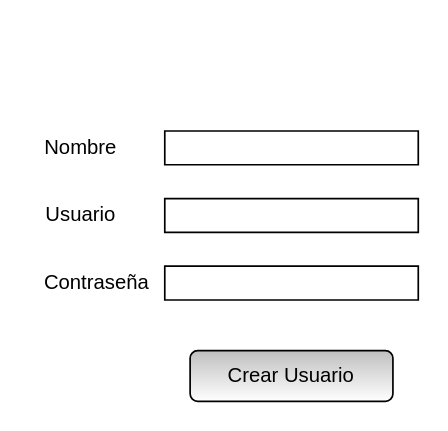
This is page "Registro Docente" (1 of 8) of Formularios.drawio from fdearmas96/ObligatorioP1, a draw.io file, before an edit. Source tidied: cells renumbered, new cells numbered last; positions are measured from the earlier drawing's top-left corner, leaving out a move shared by most shapes. Both pictures are drawn from the tidied source at 169%, with x=0, y=0 at pixel (29, 130).
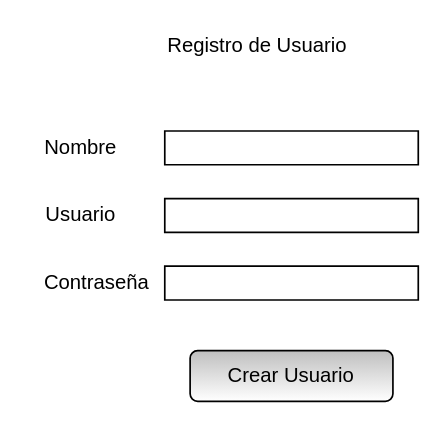
The same page after the edit.

What changed in the source:
```diff
@@
 <mxGraphModel>
   <root>
     <mxCell id="0" />
     <mxCell id="1" parent="0" />
     <mxCell id="2" style="verticalLabelPosition=bottom;verticalAlign=top;html=1;shape=mxgraph.basic.rect;fillColor2=none;strokeWidth=1;size=20;indent=5;" parent="1" vertex="1">
       <mxGeometry x="80" width="150" height="20" as="geometry" />
     </mxCell>
     <mxCell id="3" value="Nombre" style="text;html=1;align=center;verticalAlign=middle;strokeColor=none;" parent="1" vertex="1">
       <mxGeometry width="60" height="20" as="geometry" />
     </mxCell>
     <mxCell id="4" style="verticalLabelPosition=bottom;verticalAlign=top;html=1;shape=mxgraph.basic.rect;fillColor2=none;strokeWidth=1;size=20;indent=5;" parent="1" vertex="1">
       <mxGeometry x="80" y="40" width="150" height="20" as="geometry" />
     </mxCell>
     <mxCell id="5" value="Usuario" style="text;html=1;align=center;verticalAlign=middle;strokeColor=none;" parent="1" vertex="1">
       <mxGeometry y="40" width="60" height="20" as="geometry" />
     </mxCell>
     <mxCell id="6" style="verticalLabelPosition=bottom;verticalAlign=top;html=1;shape=mxgraph.basic.rect;fillColor2=none;strokeWidth=1;size=20;indent=5;" parent="1" vertex="1">
       <mxGeometry x="80" y="80" width="150" height="20" as="geometry" />
     </mxCell>
     <mxCell id="7" value="Contraseña" style="text;html=1;strokeColor=none;fillColor=none;align=center;verticalAlign=middle;whiteSpace=wrap;rounded=0;" parent="1" vertex="1">
       <mxGeometry x="20" y="80" width="40" height="20" as="geometry" />
     </mxCell>
     <mxCell id="8" value="Crear Usuario" style="rounded=1;whiteSpace=wrap;html=1;gradientColor=#ffffff;fillColor=#BFBFBF;" parent="1" vertex="1">
       <mxGeometry x="95" y="130" width="120" height="30" as="geometry" />
     </mxCell>
+    <mxCell id="9" value="Registro de Usuario" style="text;html=1;strokeColor=none;fillColor=none;align=center;verticalAlign=middle;whiteSpace=wrap;rounded=0;" parent="1" vertex="1">
+      <mxGeometry x="55" y="-60" width="160" height="20" as="geometry" />
+    </mxCell>
   </root>
 </mxGraphModel>
```
